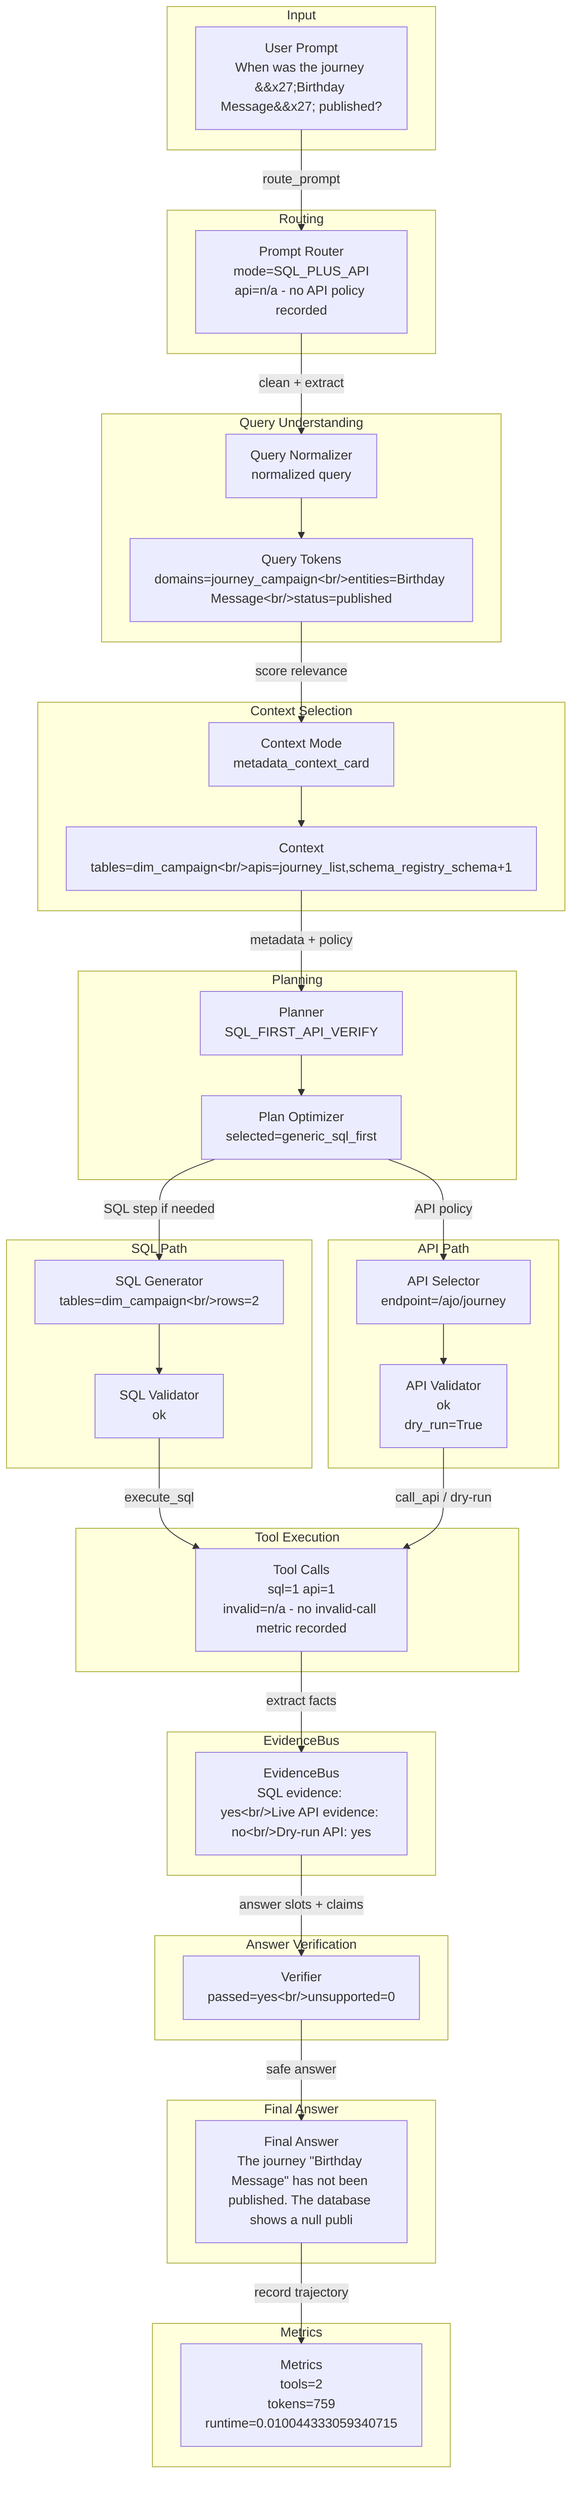
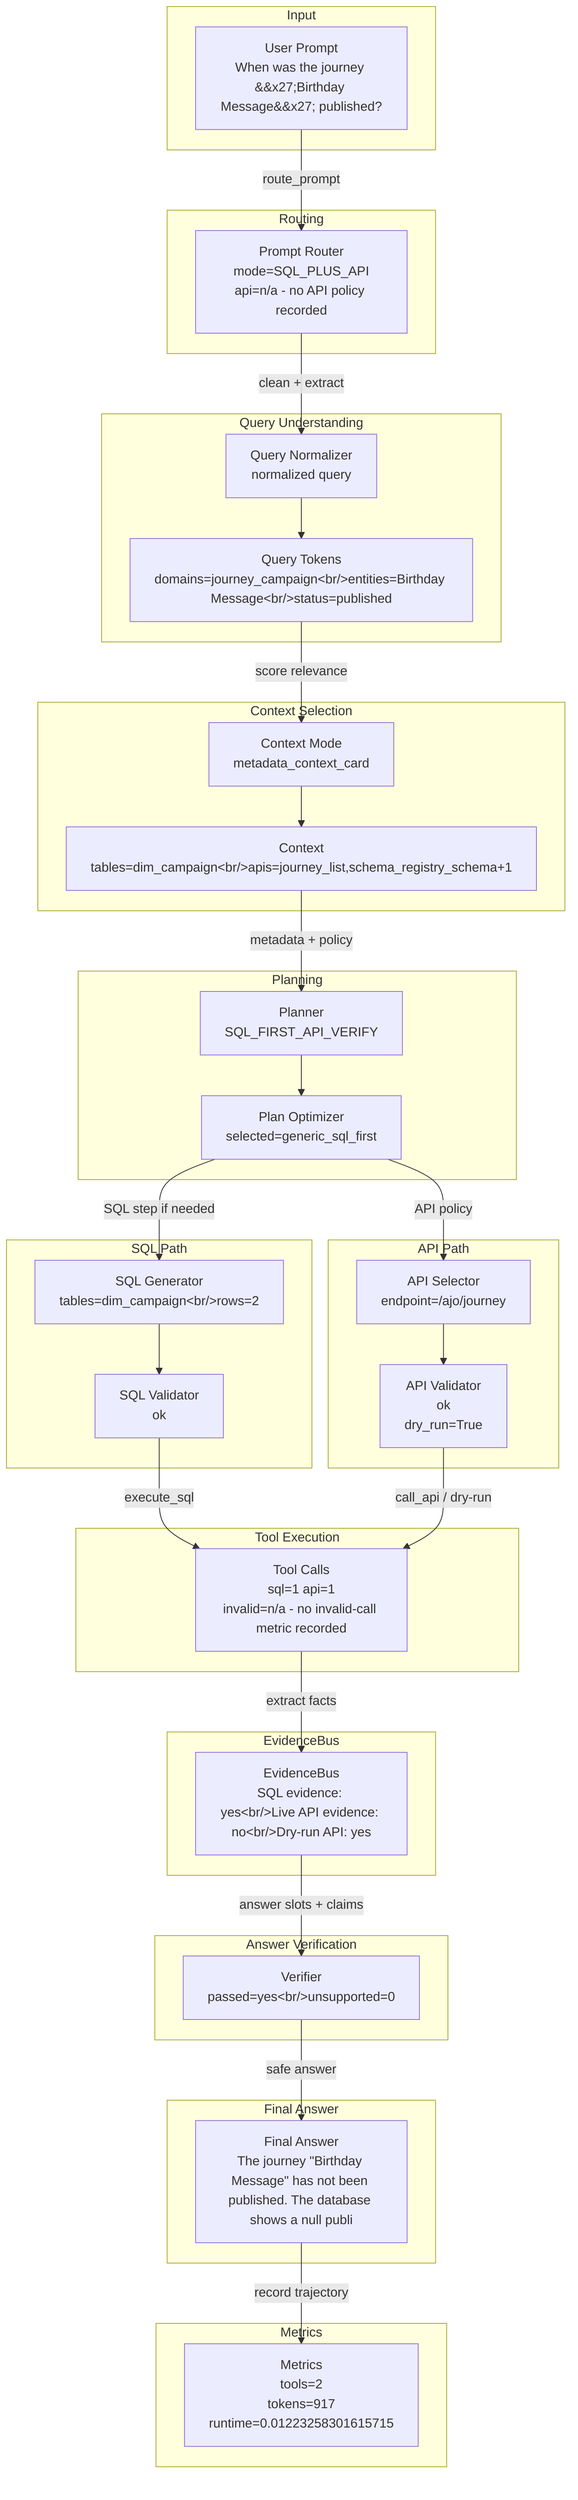
flowchart TD
  subgraph Input
    input_prompt["User Prompt<br/>When was the journey &#x27;Birthday Message&#x27; published?"]
  end
  subgraph Routing
    router["Prompt Router<br/>mode=SQL_PLUS_API<br/>api=n/a - no API policy recorded"]
    input_prompt -->|route_prompt| router
  end
  subgraph QueryUnderstanding["Query Understanding"]
    normalizer["Query Normalizer<br/>normalized query"]
    tokens["Query Tokens<br/>domains=journey_campaign&lt;br/&gt;entities=Birthday Message&lt;br/&gt;status=published"]
    router -->|clean + extract| normalizer --> tokens
  end
  subgraph ContextSelection["Context Selection"]
    context["Context Mode<br/>metadata_context_card"]
    candidates["Context<br/>tables=dim_campaign&lt;br/&gt;apis=journey_list,schema_registry_schema+1"]
    tokens -->|score relevance| context --> candidates
  end
  subgraph Planning
    planner["Planner<br/>SQL_FIRST_API_VERIFY"]
    optimizer["Plan Optimizer<br/>selected=generic_sql_first"]
    candidates -->|metadata + policy| planner --> optimizer
  end
  subgraph SQLPath["SQL Path"]
    sqlgen["SQL Generator<br/>tables=dim_campaign&lt;br/&gt;rows=2"]
    sqlval["SQL Validator<br/>ok"]
    optimizer -->|SQL step if needed| sqlgen --> sqlval
  end
  subgraph APIPath["API Path"]
    apisel["API Selector<br/>endpoint=/ajo/journey"]
    apival["API Validator<br/>ok<br/>dry_run=True"]
    optimizer -->|API policy| apisel --> apival
  end
  subgraph ToolExecution["Tool Execution"]
    tools["Tool Calls<br/>sql=1 api=1<br/>invalid=n/a - no invalid-call metric recorded"]
    sqlval -->|execute_sql| tools
    apival -->|call_api / dry-run| tools
  end
  subgraph EvidenceBus
    evidence["EvidenceBus<br/>SQL evidence: yes&lt;br/&gt;Live API evidence: no&lt;br/&gt;Dry-run API: yes"]
    tools -->|extract facts| evidence
  end
  subgraph AnswerVerification["Answer Verification"]
    verifier["Verifier<br/>passed=yes&lt;br/&gt;unsupported=0"]
    evidence -->|answer slots + claims| verifier
  end
  subgraph FinalAnswer["Final Answer"]
    answer["Final Answer<br/>The journey &quot;Birthday Message&quot; has not been published. The database shows a null publi"]
    verifier -->|safe answer| answer
  end
  subgraph Metrics
-     metrics["Metrics<br/>tools=2<br/>tokens=759<br/>runtime=0.010044333059340715"]
+     metrics["Metrics<br/>tools=2<br/>tokens=917<br/>runtime=0.01223258301615715"]
    answer -->|record trajectory| metrics
  end
